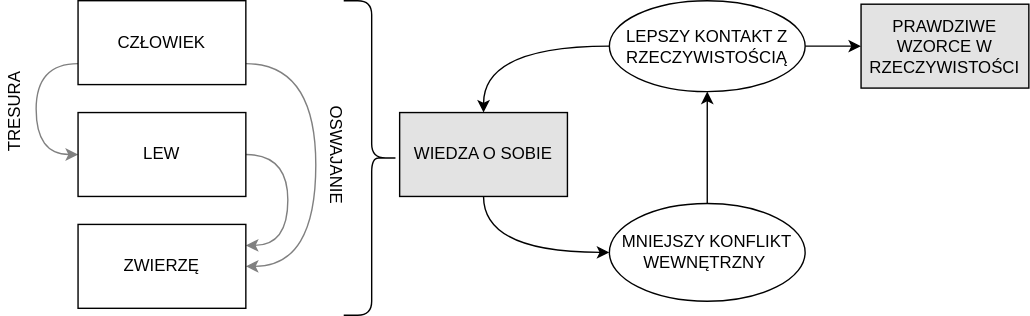
Above: images/ep-04-psychologia-platona-06.svg in lyckantropen/awakening-pl (draw.io), before the change. Source tidied: cells renumbered, new cells last; positions are measured from the earlier drawing's top-left corner, leaving out a move shared by most shapes.
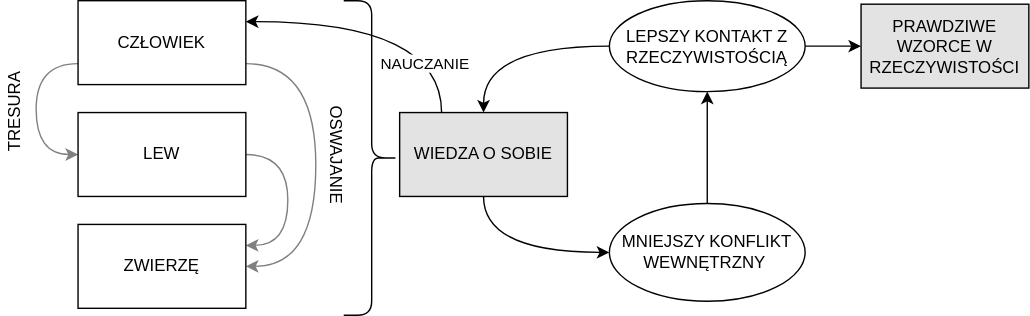
Later version of the same file.

The edit, as a diff of the source:
```diff
@@ -41,10 +41,10 @@
     <mxCell id="9" value="TRESURA" style="text;html=1;align=center;verticalAlign=middle;strokeColor=none;fillColor=none;fontColor=#000000;rotation=-90;" parent="1" vertex="1">
       <mxGeometry y="70" width="70" height="20" as="geometry" />
     </mxCell>
-    <mxCell id="10" style="edgeStyle=orthogonalEdgeStyle;curved=1;rounded=0;jettySize=auto;html=1;entryX=0;entryY=0.5;entryDx=0;entryDy=0;" parent="1" edge="1" source="12" target="17">
+    <mxCell id="10" style="edgeStyle=orthogonalEdgeStyle;curved=1;rounded=0;jettySize=auto;html=1;entryX=0;entryY=0.5;entryDx=0;entryDy=0;" parent="1" edge="1" source="12" target="19">
       <mxGeometry relative="1" as="geometry" />
     </mxCell>
-    <mxCell id="11" style="edgeStyle=orthogonalEdgeStyle;curved=1;rounded=0;jettySize=auto;html=1;entryX=0.5;entryY=0;entryDx=0;entryDy=0;" parent="1" edge="1" source="12" target="16">
+    <mxCell id="11" style="edgeStyle=orthogonalEdgeStyle;curved=1;rounded=0;jettySize=auto;html=1;entryX=0.5;entryY=0;entryDx=0;entryDy=0;" parent="1" edge="1" source="12" target="18">
       <mxGeometry relative="1" as="geometry" />
     </mxCell>
     <mxCell id="12" value="LEPSZY KONTAKT Z RZECZYWISTOŚCIĄ" style="ellipse;whiteSpace=wrap;html=1;" parent="1" vertex="1">
@@ -61,17 +61,25 @@
     <mxCell id="14" value="MNIEJSZY KONFLIKT&lt;br&gt;WEWNĘTRZNY&amp;nbsp;" style="ellipse;whiteSpace=wrap;html=1;" parent="1" vertex="1">
       <mxGeometry x="460" y="145" width="140" height="70" as="geometry" />
     </mxCell>
-    <mxCell id="15" style="edgeStyle=orthogonalEdgeStyle;curved=1;rounded=0;jettySize=auto;html=1;exitX=0.5;exitY=1;exitDx=0;exitDy=0;entryX=0;entryY=0.5;entryDx=0;entryDy=0;" parent="1" edge="1" source="16" target="14">
+    <mxCell id="15" style="edgeStyle=orthogonalEdgeStyle;curved=1;rounded=0;jettySize=auto;html=1;exitX=0.5;exitY=1;exitDx=0;exitDy=0;entryX=0;entryY=0.5;entryDx=0;entryDy=0;" parent="1" edge="1" source="18" target="14">
       <mxGeometry relative="1" as="geometry" />
     </mxCell>
-    <mxCell id="16" value="WIEDZA O SOBIE" style="whiteSpace=wrap;html=1;fillColor=#E3E3E3;" parent="1" vertex="1">
-      <mxGeometry x="310" y="80" width="120" height="60" as="geometry" />
+    <mxCell id="16" style="edgeStyle=orthogonalEdgeStyle;curved=1;rounded=0;jettySize=auto;html=1;exitX=0.25;exitY=0;exitDx=0;exitDy=0;entryX=1;entryY=0.25;entryDx=0;entryDy=0;" parent="1" edge="1" source="18" target="4">
+      <mxGeometry relative="1" as="geometry" />
     </mxCell>
-    <mxCell id="17" value="PRAWDZIWE WZORCE W RZECZYWISTOŚCI" style="whiteSpace=wrap;html=1;fillColor=#E3E3E3;" parent="1" vertex="1">
-      <mxGeometry x="640" y="2.5" width="120" height="60" as="geometry" />
+    <mxCell id="17" value="NAUCZANIE" style="edgeLabel;html=1;align=center;verticalAlign=middle;points=[];" parent="16" vertex="1">
+      <mxGeometry x="-0.04" y="16" relative="1" as="geometry">
+        <mxPoint x="21" y="14" as="offset" />
+      </mxGeometry>
     </mxCell>
-    <mxCell id="18" style="shape=curlyBracket;whiteSpace=wrap;html=1;rounded=1;flipH=1;fillColor=#E3E3E3;" parent="1" vertex="1">
-      <mxGeometry x="270" width="40" height="225" as="geometry" />
+    <mxCell id="18" value="WIEDZA O SOBIE" style="whiteSpace=wrap;html=1;fillColor=#E3E3E3;" parent="1" vertex="1">
+      <mxGeometry x="310" y="80" width="120" height="60" as="geometry" />
     </mxCell>
+    <mxCell id="19" value="PRAWDZIWE WZORCE W RZECZYWISTOŚCI" style="whiteSpace=wrap;html=1;fillColor=#E3E3E3;" parent="1" vertex="1">
+      <mxGeometry x="640" y="2.5" width="120" height="60" as="geometry" />
+    </mxCell>
+    <mxCell id="20" style="shape=curlyBracket;whiteSpace=wrap;html=1;rounded=1;flipH=1;fillColor=#E3E3E3;" parent="1" vertex="1">
+      <mxGeometry x="270" width="40" height="225" as="geometry" />
+    </mxCell>
   </root>
 </mxGraphModel>
```
